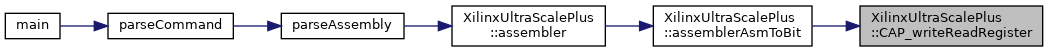
This is classXilinxUltraScalePlus_a7fa0aac97196eb1e909554ebc003a6ac_icgraph.png from FPGA-Research-Manchester/byteman, a Graphviz export, as it was before one commit. Its source is kept beside it as classXilinxUltraScalePlus_a7fa0aac97196eb1e909554ebc003a6ac_icgraph.dot.
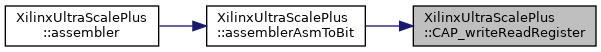
The same file after the commit.

Diff of the diagram source:
```diff
@@ -8,10 +8,4 @@
   Node2 [label="XilinxUltraScalePlus\l::assemblerAsmToBit",height=0.2,width=0.4,color="black", fillcolor="white", style="filled",URL="$classXilinxUltraScalePlus.html#a058802c627c4177c6fd88ca079551207",tooltip=" "];
   Node2 -> Node3 [dir="back",color="midnightblue",fontsize="10",style="solid",fontname="Helvetica"];
   Node3 [label="XilinxUltraScalePlus\l::assembler",height=0.2,width=0.4,color="black", fillcolor="white", style="filled",URL="$classXilinxUltraScalePlus.html#a53e5f6ec962f1f2a961f90b8b9e90e10",tooltip=" "];
-  Node3 -> Node4 [dir="back",color="midnightblue",fontsize="10",style="solid",fontname="Helvetica"];
-  Node4 [label="parseAssembly",height=0.2,width=0.4,color="black", fillcolor="white", style="filled",URL="$byteman_8cpp.html#abdebe35e6ba3749eaa14350ca0942419",tooltip=" "];
-  Node4 -> Node5 [dir="back",color="midnightblue",fontsize="10",style="solid",fontname="Helvetica"];
-  Node5 [label="parseCommand",height=0.2,width=0.4,color="black", fillcolor="white", style="filled",URL="$byteman_8cpp.html#a913ad3944130fafece24fe460db9b6aa",tooltip=" "];
-  Node5 -> Node6 [dir="back",color="midnightblue",fontsize="10",style="solid",fontname="Helvetica"];
-  Node6 [label="main",height=0.2,width=0.4,color="black", fillcolor="white", style="filled",URL="$byteman_8cpp.html#a0ddf1224851353fc92bfbff6f499fa97",tooltip=" "];
 }
```
